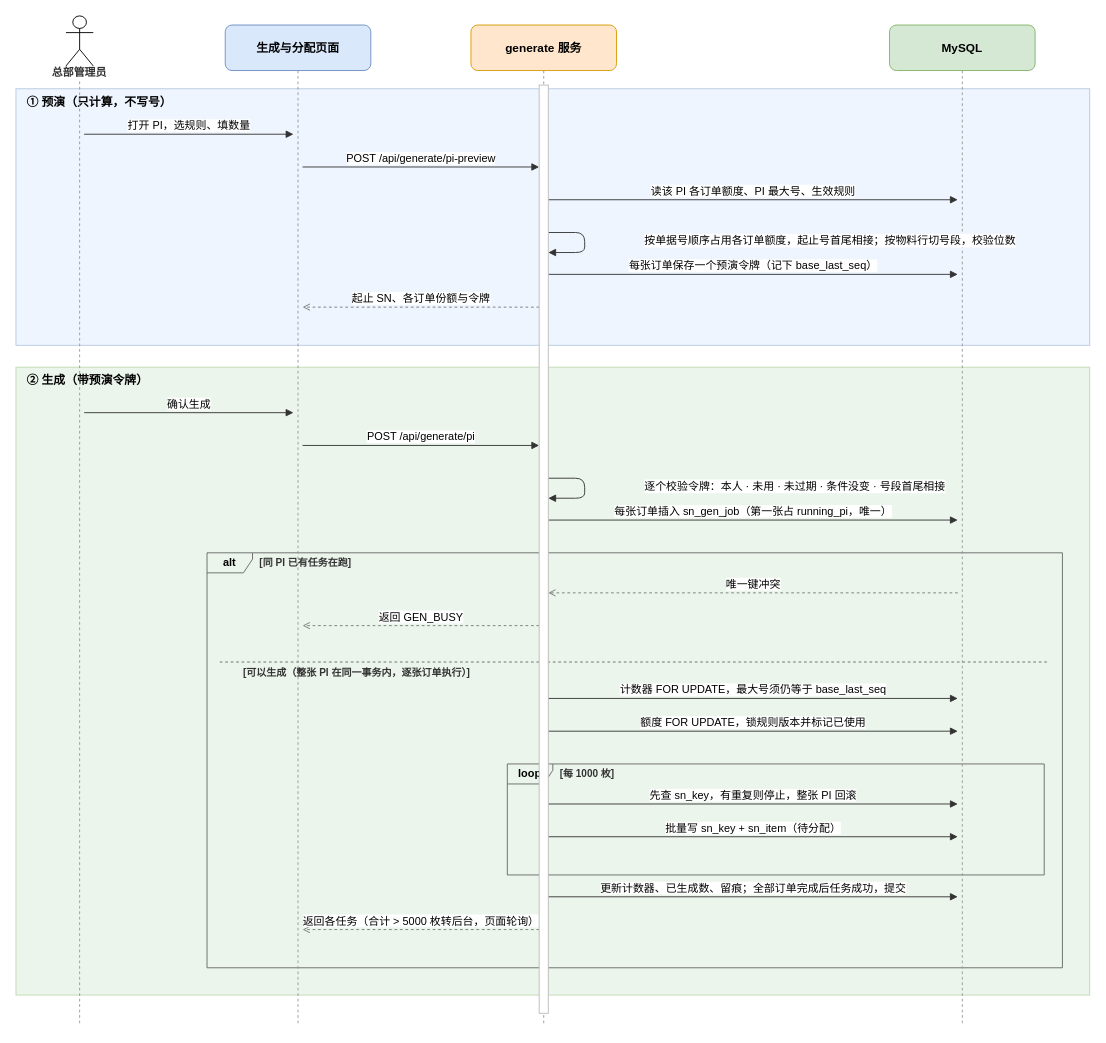
Createsnow/sn-center keeps this draw.io diagram as docs/images/系统技术方案/fig3-1-generate-seq.drawio. Above is the earlier version. Source tidied: cells renumbered, new cells numbered last; positions are measured from the earlier drawing's top-left corner, leaving out a move shared by most shapes. Both pictures are drawn from the tidied source at 91%, with x=0, y=0 at pixel (15, 15).
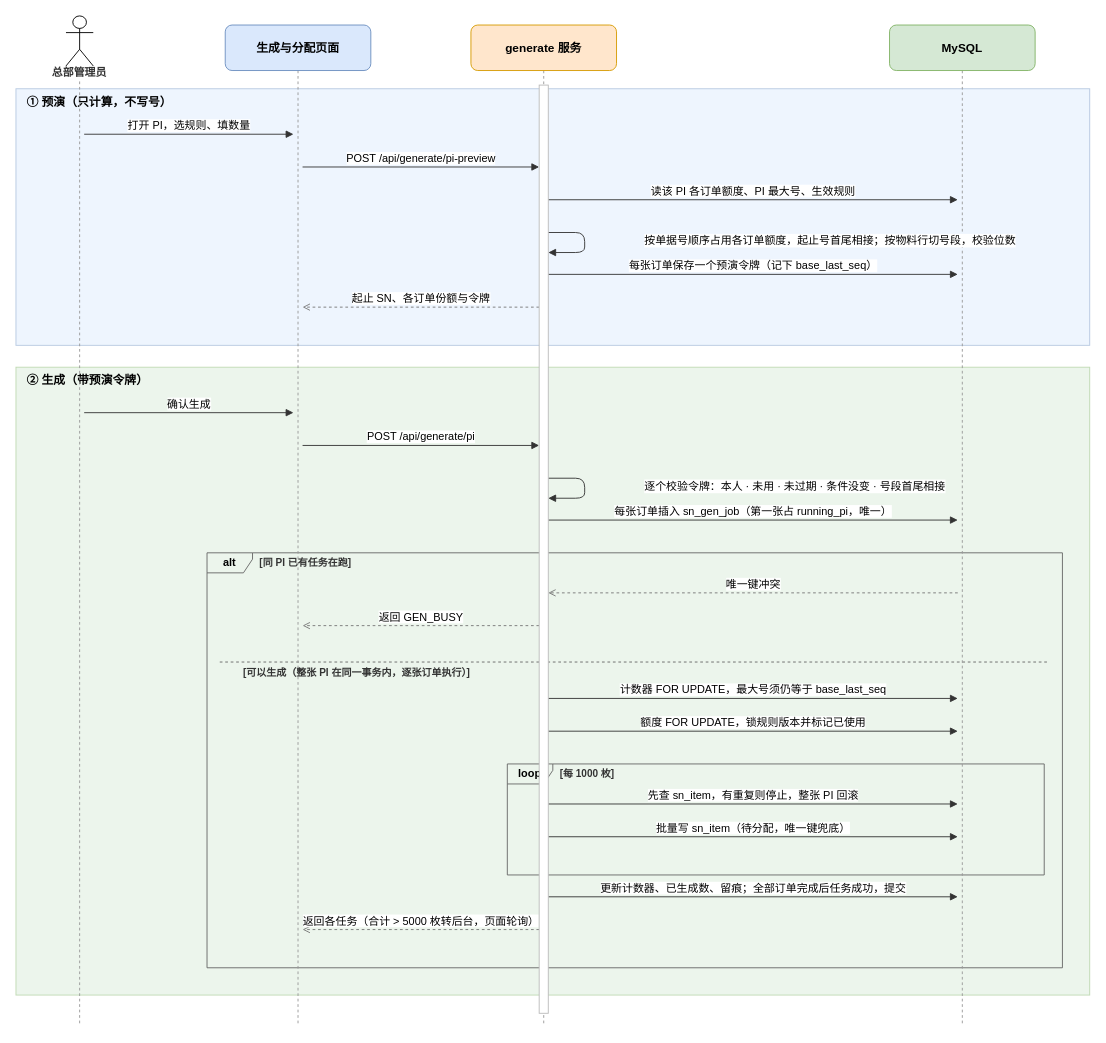
Above is the later version.

The edit, as a diff of the source:
```diff
@@
-    <mxCell id="25" value="先查 sn_key，有重复则停止，整张 PI 回滚" style="html=1;endArrow=block;endFill=1;strokeColor=#333333;fontSize=12;labelBackgroundColor=#ffffff;verticalAlign=bottom;fontFamily=Microsoft YaHei,PingFang SC,Helvetica,Arial,WenQuanYi Zen Hei,sans-serif;" parent="1" edge="1">
+    <mxCell id="25" value="先查 sn_item，有重复则停止，整张 PI 回滚" style="html=1;endArrow=block;endFill=1;strokeColor=#333333;fontSize=12;labelBackgroundColor=#ffffff;verticalAlign=bottom;fontFamily=Microsoft YaHei,PingFang SC,Helvetica,Arial,WenQuanYi Zen Hei,sans-serif;" parent="1" edge="1">
       <mxGeometry relative="1" as="geometry">
         <mxPoint x="585" y="866" as="sourcePoint" />
         <mxPoint x="1035" y="866" as="targetPoint" />
       </mxGeometry>
     </mxCell>
-    <mxCell id="26" value="批量写 sn_key + sn_item（待分配）" style="html=1;endArrow=block;endFill=1;strokeColor=#333333;fontSize=12;labelBackgroundColor=#ffffff;verticalAlign=bottom;fontFamily=Microsoft YaHei,PingFang SC,Helvetica,Arial,WenQuanYi Zen Hei,sans-serif;" parent="1" edge="1">
+    <mxCell id="26" value="批量写 sn_item（待分配，唯一键兜底）" style="html=1;endArrow=block;endFill=1;strokeColor=#333333;fontSize=12;labelBackgroundColor=#ffffff;verticalAlign=bottom;fontFamily=Microsoft YaHei,PingFang SC,Helvetica,Arial,WenQuanYi Zen Hei,sans-serif;" parent="1" edge="1">
       <mxGeometry relative="1" as="geometry">
         <mxPoint x="585" y="902" as="sourcePoint" />
         <mxPoint x="1035" y="902" as="targetPoint" />
       </mxGeometry>
     </mxCell>
```
